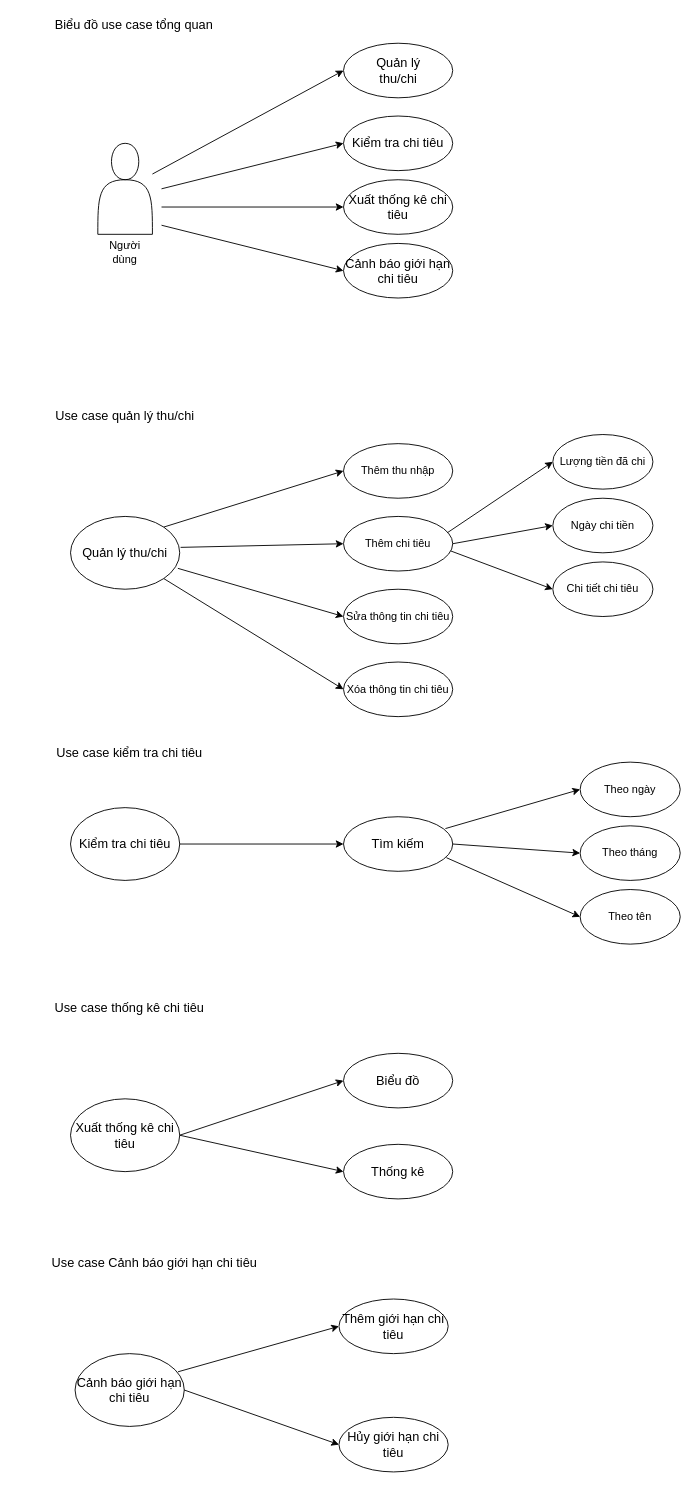
The draw.io diagram Diagrams/Usecase Diagram.drawio in AkallHuynh/IS216.L21.HTCL-Java, before the edit. Source tidied: cells renumbered, new cells numbered last; positions are measured from the earlier drawing's top-left corner, leaving out a move shared by most shapes. Both pictures are drawn from the tidied source at 91%, with x=0, y=0 at pixel (15, 15).
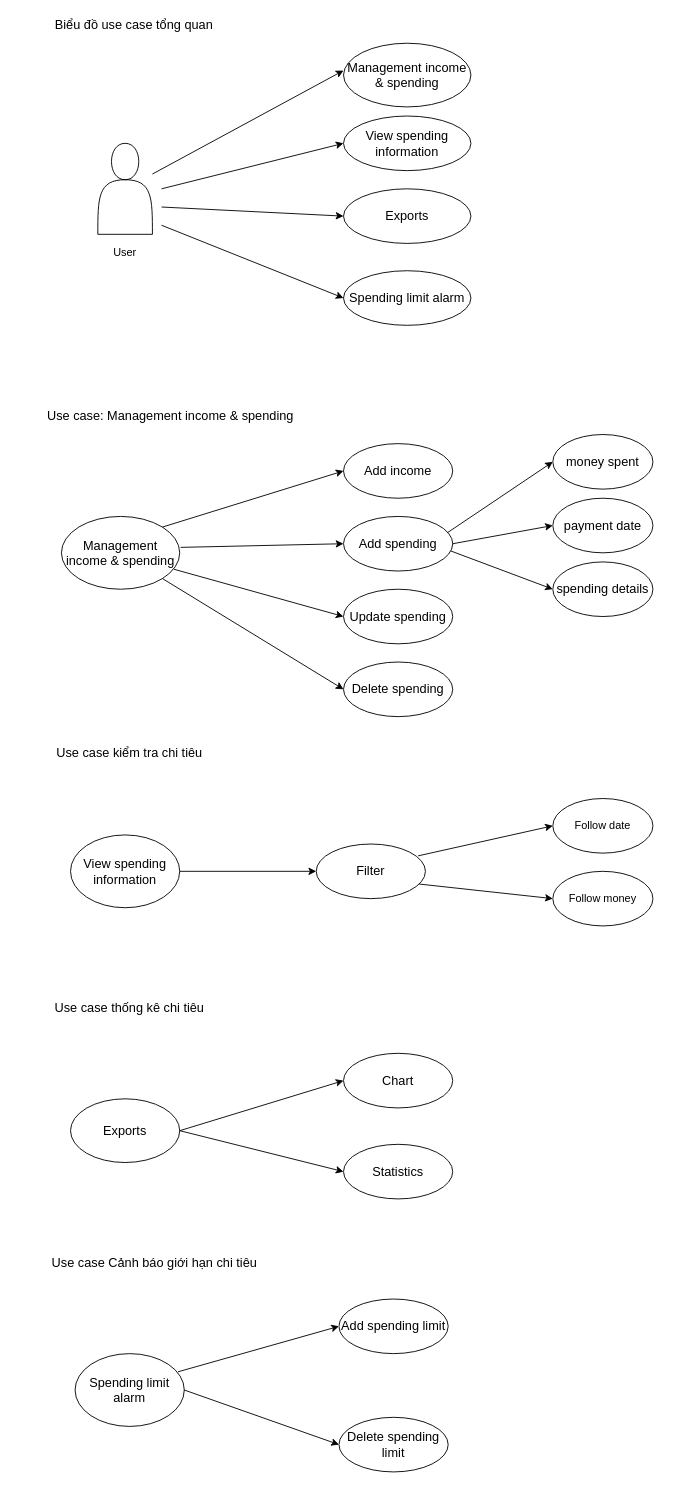
The same page after the edit.

Change to the diagram source:
```diff
@@
-    <mxCell id="3" value="Người dùng" style="text;html=1;strokeColor=none;fillColor=none;align=center;verticalAlign=middle;whiteSpace=wrap;rounded=0;" parent="1" vertex="1">
+    <mxCell id="3" value="User" style="text;html=1;strokeColor=none;fillColor=none;align=center;verticalAlign=middle;whiteSpace=wrap;rounded=0;" parent="1" vertex="1">
       <mxGeometry x="100" y="250" width="40" height="20" as="geometry" />
     </mxCell>
@@
-    <mxCell id="5" style="ellipse;whiteSpace=wrap;html=1;" parent="1" vertex="1">
-      <mxGeometry x="360" y="30" width="120" height="60" as="geometry" />
+    <mxCell id="5" value="&lt;span style=&quot;font-size: 14px&quot;&gt;Management income &amp;amp; spending&lt;/span&gt;" style="ellipse;whiteSpace=wrap;html=1;" parent="1" vertex="1">
+      <mxGeometry x="360" y="30" width="140" height="70" as="geometry" />
     </mxCell>
-    <mxCell id="6" value="&lt;span style=&quot;font-size: 14px&quot;&gt;Quản lý thu/chi&lt;/span&gt;" style="text;html=1;strokeColor=none;fillColor=none;align=center;verticalAlign=middle;whiteSpace=wrap;rounded=0;" parent="1" vertex="1">
-      <mxGeometry x="382.5" y="50" width="75" height="20" as="geometry" />
-    </mxCell>
-    <mxCell id="7" style="endArrow=classic;html=1;" parent="1" edge="1">
+    <mxCell id="7" style="endArrow=classic;html=1;entryX=0;entryY=0.5;entryDx=0;entryDy=0;" parent="1" edge="1" target="8">
       <mxGeometry relative="1" as="geometry">
         <mxPoint x="160" y="190" as="sourcePoint" />
-        <mxPoint x="360" y="140" as="targetPoint" />
       </mxGeometry>
     </mxCell>
-    <mxCell id="8" style="ellipse;whiteSpace=wrap;html=1;" parent="1" vertex="1">
-      <mxGeometry x="360" y="110" width="120" height="60" as="geometry" />
+    <mxCell id="8" value="&lt;font style=&quot;font-size: 14px&quot;&gt;View spending information&lt;/font&gt;" style="ellipse;whiteSpace=wrap;html=1;" parent="1" vertex="1">
+      <mxGeometry x="360" y="110" width="140" height="60" as="geometry" />
     </mxCell>
-    <mxCell id="9" value="&lt;font style=&quot;font-size: 14px&quot;&gt;Kiểm tra chi tiêu&lt;/font&gt;" style="text;html=1;strokeColor=none;fillColor=none;align=center;verticalAlign=middle;whiteSpace=wrap;rounded=0;" parent="1" vertex="1">
-      <mxGeometry x="365" y="130" width="110" height="20" as="geometry" />
-    </mxCell>
-    <mxCell id="10" style="endArrow=classic;html=1;" parent="1" edge="1">
+    <mxCell id="10" style="endArrow=classic;html=1;entryX=0;entryY=0.5;entryDx=0;entryDy=0;" parent="1" edge="1" target="11">
       <mxGeometry relative="1" as="geometry">
         <mxPoint x="160" y="210" as="sourcePoint" />
-        <mxPoint x="360" y="210" as="targetPoint" />
       </mxGeometry>
     </mxCell>
-    <mxCell id="11" value="&lt;font style=&quot;font-size: 14px&quot;&gt;Xuất thống kê chi tiêu&lt;/font&gt;" style="ellipse;whiteSpace=wrap;html=1;" parent="1" vertex="1">
-      <mxGeometry x="360" y="180" width="120" height="60" as="geometry" />
+    <mxCell id="11" value="&lt;font style=&quot;font-size: 14px&quot;&gt;Exports&lt;/font&gt;" style="ellipse;whiteSpace=wrap;html=1;" parent="1" vertex="1">
+      <mxGeometry x="360" y="190" width="140" height="60" as="geometry" />
     </mxCell>
@@
-    <mxCell id="13" value="&lt;font style=&quot;font-size: 14px&quot;&gt;Cảnh báo giới hạn chi tiêu&lt;/font&gt;" style="ellipse;whiteSpace=wrap;html=1;" parent="1" vertex="1">
-      <mxGeometry x="360" y="250" width="120" height="60" as="geometry" />
+    <mxCell id="13" value="&lt;font style=&quot;font-size: 14px&quot;&gt;Spending limit alarm&lt;/font&gt;" style="ellipse;whiteSpace=wrap;html=1;" parent="1" vertex="1">
+      <mxGeometry x="360" y="280" width="140" height="60" as="geometry" />
     </mxCell>
@@
-    <mxCell id="15" value="&lt;font style=&quot;font-size: 14px&quot;&gt;Quản lý thu/chi&lt;/font&gt;" style="ellipse;whiteSpace=wrap;html=1;" parent="1" vertex="1">
-      <mxGeometry x="60" y="550" width="120" height="80" as="geometry" />
+    <mxCell id="15" value="&lt;span style=&quot;font-size: 14px&quot;&gt;Management income &amp;amp; spending&lt;/span&gt;" style="ellipse;whiteSpace=wrap;html=1;" parent="1" vertex="1">
+      <mxGeometry x="50" y="550" width="130" height="80" as="geometry" />
     </mxCell>
-    <mxCell id="16" value="&lt;span style=&quot;font-size: 14px&quot;&gt;Use case quản lý thu/chi&lt;/span&gt;" style="text;html=1;strokeColor=none;fillColor=none;align=center;verticalAlign=middle;whiteSpace=wrap;rounded=0;" parent="1" vertex="1">
-      <mxGeometry x="30" y="430" width="180" height="20" as="geometry" />
+    <mxCell id="16" value="&lt;span style=&quot;font-size: 14px&quot;&gt;Use case: Management income &amp;amp; spending&lt;/span&gt;" style="text;html=1;strokeColor=none;fillColor=none;align=center;verticalAlign=middle;whiteSpace=wrap;rounded=0;" parent="1" vertex="1">
+      <mxGeometry x="30" y="430" width="280" height="20" as="geometry" />
     </mxCell>
@@
-    <mxCell id="18" value="Thêm thu nhập" style="ellipse;whiteSpace=wrap;html=1;" parent="1" vertex="1">
+    <mxCell id="18" value="&lt;font style=&quot;font-size: 14px&quot;&gt;Add income&lt;/font&gt;" style="ellipse;whiteSpace=wrap;html=1;" parent="1" vertex="1">
       <mxGeometry x="360" y="470" width="120" height="60" as="geometry" />
     </mxCell>
-    <mxCell id="19" value="Thêm chi tiêu" style="ellipse;whiteSpace=wrap;html=1;" parent="1" vertex="1">
+    <mxCell id="19" value="&lt;font style=&quot;font-size: 14px&quot;&gt;Add spending&lt;/font&gt;" style="ellipse;whiteSpace=wrap;html=1;" parent="1" vertex="1">
       <mxGeometry x="360" y="550" width="120" height="60" as="geometry" />
     </mxCell>
@@
-    <mxCell id="22" value="Lượng tiền đã chi" style="ellipse;whiteSpace=wrap;html=1;" parent="1" vertex="1">
+    <mxCell id="22" value="&lt;font style=&quot;font-size: 14px&quot;&gt;money spent&lt;/font&gt;" style="ellipse;whiteSpace=wrap;html=1;" parent="1" vertex="1">
       <mxGeometry x="590" y="460" width="110" height="60" as="geometry" />
     </mxCell>
-    <mxCell id="23" value="Ngày chi tiền" style="ellipse;whiteSpace=wrap;html=1;" parent="1" vertex="1">
+    <mxCell id="23" value="&lt;font style=&quot;font-size: 14px&quot;&gt;payment date&lt;/font&gt;" style="ellipse;whiteSpace=wrap;html=1;" parent="1" vertex="1">
       <mxGeometry x="590" y="530" width="110" height="60" as="geometry" />
     </mxCell>
@@
-    <mxCell id="25" value="Chi tiết chi tiêu" style="ellipse;whiteSpace=wrap;html=1;" parent="1" vertex="1">
+    <mxCell id="25" value="&lt;font style=&quot;font-size: 14px&quot;&gt;spending details&lt;/font&gt;" style="ellipse;whiteSpace=wrap;html=1;" parent="1" vertex="1">
       <mxGeometry x="590" y="600" width="110" height="60" as="geometry" />
     </mxCell>
@@
-    <mxCell id="27" value="Sửa thông tin chi tiêu" style="ellipse;whiteSpace=wrap;html=1;" parent="1" vertex="1">
+    <mxCell id="27" value="&lt;font style=&quot;font-size: 14px&quot;&gt;Update spending&lt;/font&gt;" style="ellipse;whiteSpace=wrap;html=1;" parent="1" vertex="1">
       <mxGeometry x="360" y="630" width="120" height="60" as="geometry" />
     </mxCell>
-    <mxCell id="28" style="endArrow=classic;html=1;exitX=0.983;exitY=0.713;exitDx=0;exitDy=0;exitPerimeter=0;entryX=0;entryY=0.5;entryDx=0;entryDy=0;" parent="1" edge="1" source="15" target="27">
+    <mxCell id="28" style="endArrow=classic;html=1;entryX=0;entryY=0.5;entryDx=0;entryDy=0;exitX=0.95;exitY=0.725;exitDx=0;exitDy=0;exitPerimeter=0;" parent="1" edge="1" source="15" target="27">
       <mxGeometry relative="1" as="geometry" />
     </mxCell>
-    <mxCell id="29" value="Xóa thông tin chi tiêu" style="ellipse;whiteSpace=wrap;html=1;" parent="1" vertex="1">
+    <mxCell id="29" value="&lt;font style=&quot;font-size: 14px&quot;&gt;Delete spending&lt;/font&gt;" style="ellipse;whiteSpace=wrap;html=1;" parent="1" vertex="1">
       <mxGeometry x="360" y="710" width="120" height="60" as="geometry" />
     </mxCell>
@@
-    <mxCell id="32" value="&lt;font style=&quot;font-size: 14px&quot;&gt;Kiểm tra chi tiêu&lt;/font&gt;" style="ellipse;whiteSpace=wrap;html=1;" parent="1" vertex="1">
-      <mxGeometry x="60" y="870" width="120" height="80" as="geometry" />
+    <mxCell id="32" value="&lt;span style=&quot;font-size: 14px&quot;&gt;View spending information&lt;/span&gt;" style="ellipse;whiteSpace=wrap;html=1;" parent="1" vertex="1">
+      <mxGeometry x="60" y="900" width="120" height="80" as="geometry" />
     </mxCell>
@@
-    <mxCell id="34" value="&lt;font style=&quot;font-size: 14px&quot;&gt;Tìm kiếm&lt;/font&gt;" style="ellipse;whiteSpace=wrap;html=1;" parent="1" vertex="1">
-      <mxGeometry x="360" y="880" width="120" height="60" as="geometry" />
+    <mxCell id="34" value="&lt;font style=&quot;font-size: 14px&quot;&gt;Filter&lt;/font&gt;" style="ellipse;whiteSpace=wrap;html=1;" parent="1" vertex="1">
+      <mxGeometry x="330" y="910" width="120" height="60" as="geometry" />
     </mxCell>
-    <mxCell id="35" value="Theo ngày" style="ellipse;whiteSpace=wrap;html=1;" parent="1" vertex="1">
-      <mxGeometry x="620" y="820" width="110" height="60" as="geometry" />
+    <mxCell id="35" value="Follow date" style="ellipse;whiteSpace=wrap;html=1;" parent="1" vertex="1">
+      <mxGeometry x="590" y="860" width="110" height="60" as="geometry" />
     </mxCell>
@@
-    <mxCell id="37" value="Theo tháng" style="ellipse;whiteSpace=wrap;html=1;" parent="1" vertex="1">
-      <mxGeometry x="620" y="890" width="110" height="60" as="geometry" />
-    </mxCell>
-    <mxCell id="38" style="endArrow=classic;html=1;entryX=0;entryY=0.5;entryDx=0;entryDy=0;exitX=1;exitY=0.5;exitDx=0;exitDy=0;" parent="1" edge="1" source="34" target="37">
-      <mxGeometry relative="1" as="geometry" />
-    </mxCell>
-    <mxCell id="39" value="Theo tên" style="ellipse;whiteSpace=wrap;html=1;" parent="1" vertex="1">
-      <mxGeometry x="620" y="960" width="110" height="60" as="geometry" />
-    </mxCell>
-    <mxCell id="40" style="endArrow=classic;html=1;entryX=0;entryY=0.5;entryDx=0;entryDy=0;exitX=0.942;exitY=0.75;exitDx=0;exitDy=0;exitPerimeter=0;" parent="1" edge="1" source="34" target="39">
-      <mxGeometry relative="1" as="geometry" />
-    </mxCell>
@@
-    <mxCell id="42" value="&lt;font style=&quot;font-size: 14px&quot;&gt;Xuất thống kê chi tiêu&lt;/font&gt;" style="ellipse;whiteSpace=wrap;html=1;" parent="1" vertex="1">
-      <mxGeometry x="60" y="1190" width="120" height="80" as="geometry" />
+    <mxCell id="42" value="&lt;span style=&quot;font-size: 14px&quot;&gt;Exports&lt;/span&gt;" style="ellipse;whiteSpace=wrap;html=1;" parent="1" vertex="1">
+      <mxGeometry x="60" y="1190" width="120" height="70" as="geometry" />
     </mxCell>
@@
-    <mxCell id="44" value="&lt;font style=&quot;font-size: 14px&quot;&gt;Biểu đồ&lt;/font&gt;" style="ellipse;whiteSpace=wrap;html=1;" parent="1" vertex="1">
+    <mxCell id="44" value="&lt;font style=&quot;font-size: 14px&quot;&gt;Chart&lt;/font&gt;" style="ellipse;whiteSpace=wrap;html=1;" parent="1" vertex="1">
       <mxGeometry x="360" y="1140" width="120" height="60" as="geometry" />
     </mxCell>
-    <mxCell id="45" value="&lt;font style=&quot;font-size: 14px&quot;&gt;Thống kê&lt;/font&gt;" style="ellipse;whiteSpace=wrap;html=1;" parent="1" vertex="1">
+    <mxCell id="45" value="&lt;font style=&quot;font-size: 14px&quot;&gt;Statistics&lt;/font&gt;" style="ellipse;whiteSpace=wrap;html=1;" parent="1" vertex="1">
       <mxGeometry x="360" y="1240" width="120" height="60" as="geometry" />
     </mxCell>
@@
-    <mxCell id="48" value="&lt;font style=&quot;font-size: 14px&quot;&gt;Cảnh báo giới hạn chi tiêu&lt;/font&gt;" style="ellipse;whiteSpace=wrap;html=1;" parent="1" vertex="1">
+    <mxCell id="48" value="&lt;font style=&quot;font-size: 14px&quot;&gt;Spending limit alarm&lt;/font&gt;" style="ellipse;whiteSpace=wrap;html=1;" parent="1" vertex="1">
       <mxGeometry x="65" y="1470" width="120" height="80" as="geometry" />
     </mxCell>
@@
-    <mxCell id="50" value="&lt;font style=&quot;font-size: 14px&quot;&gt;Thêm giới hạn chi tiêu&lt;/font&gt;" style="ellipse;whiteSpace=wrap;html=1;" parent="1" vertex="1">
+    <mxCell id="50" value="&lt;font style=&quot;font-size: 14px&quot;&gt;Add spending limit&lt;/font&gt;" style="ellipse;whiteSpace=wrap;html=1;" parent="1" vertex="1">
       <mxGeometry x="355" y="1410" width="120" height="60" as="geometry" />
     </mxCell>
-    <mxCell id="51" value="&lt;font style=&quot;font-size: 14px&quot;&gt;Hủy giới hạn chi tiêu&lt;/font&gt;" style="ellipse;whiteSpace=wrap;html=1;" parent="1" vertex="1">
+    <mxCell id="51" value="&lt;font style=&quot;font-size: 14px&quot;&gt;Delete spending limit&lt;/font&gt;" style="ellipse;whiteSpace=wrap;html=1;" parent="1" vertex="1">
       <mxGeometry x="355" y="1540" width="120" height="60" as="geometry" />
     </mxCell>
@@
+    <mxCell id="53" value="Follow money" style="ellipse;whiteSpace=wrap;html=1;" parent="1" vertex="1">
+      <mxGeometry x="590" y="940" width="110" height="60" as="geometry" />
+    </mxCell>
+    <mxCell id="54" style="endArrow=classic;html=1;entryX=0;entryY=0.5;entryDx=0;entryDy=0;exitX=0.942;exitY=0.733;exitDx=0;exitDy=0;exitPerimeter=0;" parent="1" edge="1" source="34" target="53">
+      <mxGeometry relative="1" as="geometry" />
+    </mxCell>
```
